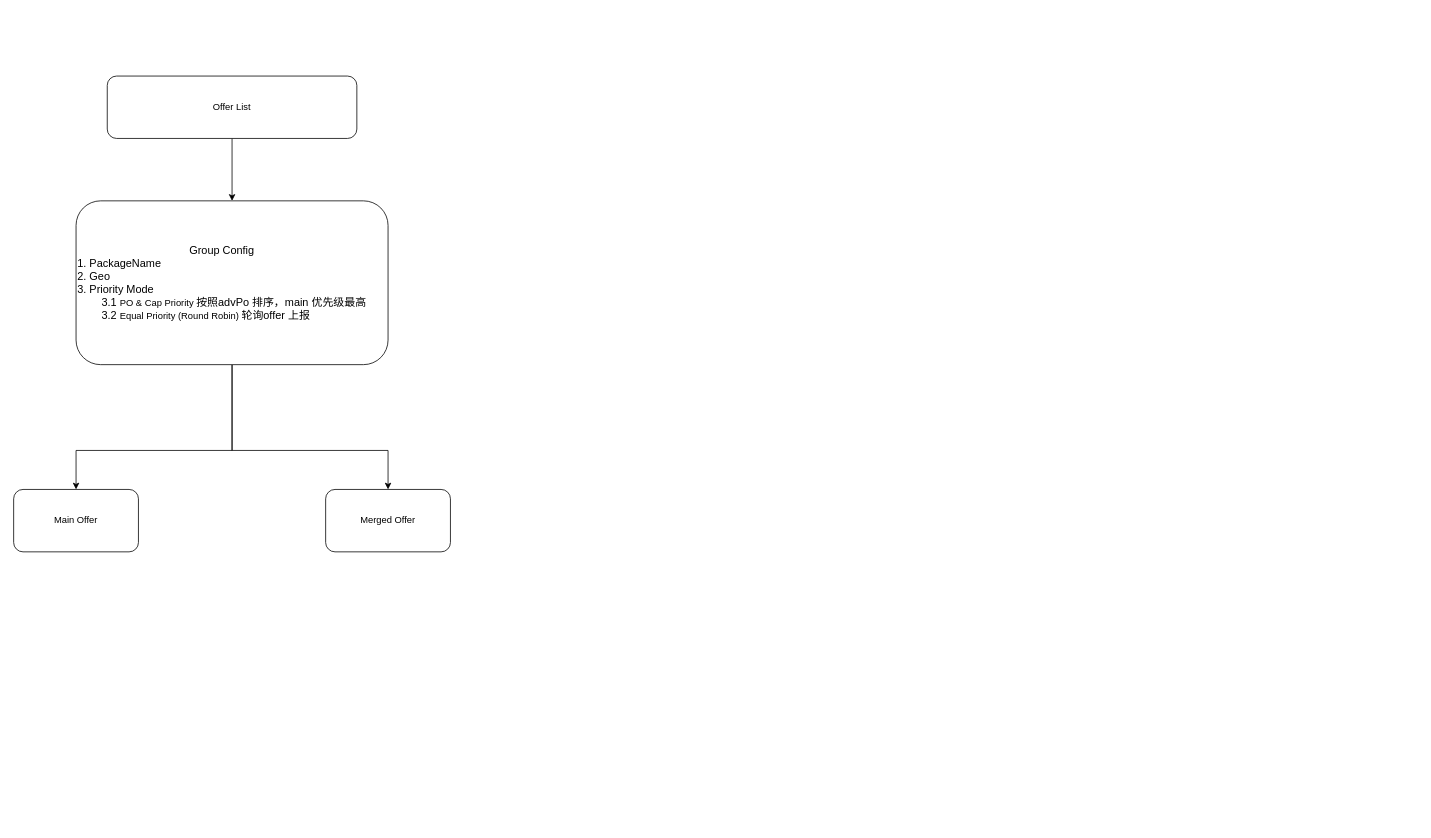
gongsr-cn/draw keeps this draw.io diagram as offer_merge.drawio. Above is the earlier version. Source tidied: cells renumbered, new cells numbered last; positions are measured from the earlier drawing's top-left corner, leaving out a move shared by most shapes. Both pictures are drawn from the tidied source at 78%, with x=0, y=0 at pixel (13, 76).
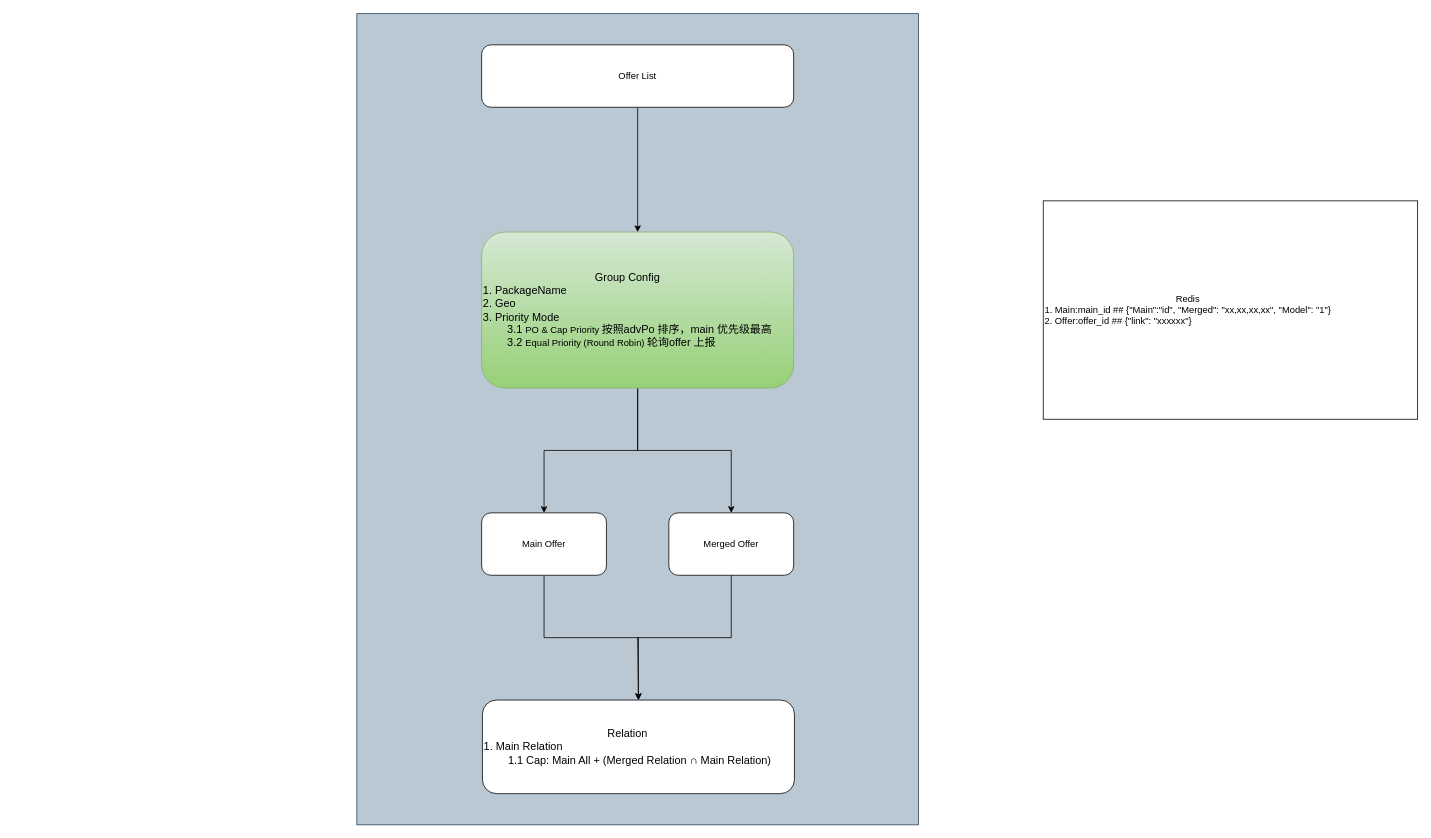
After the change.

Change to the diagram source:
```diff
@@
 <mxGraphModel>
   <root>
     <mxCell id="0" />
     <mxCell id="1" parent="0" />
+    <mxCell id="9" value="&lt;span style=&quot;color: rgba(0, 0, 0, 0); font-family: monospace; font-size: 0px; text-align: start; text-wrap-mode: nowrap;&quot;&gt;213&lt;/span&gt;" style="rounded=0;whiteSpace=wrap;html=1;fillColor=#bac8d3;strokeColor=#23445d;" parent="1" vertex="1">
+      <mxGeometry x="440" y="-80" width="720" height="1040" as="geometry" />
+    </mxCell>
     <mxCell id="2" style="edgeStyle=orthogonalEdgeStyle;rounded=0;jettySize=auto;html=1;entryX=0.5;entryY=0;entryDx=0;entryDy=0;" parent="1" edge="1" source="4" target="7">
       <mxGeometry relative="1" as="geometry">
         <Array as="points">
-          <mxPoint x="280" y="480" />
-          <mxPoint x="80" y="480" />
+          <mxPoint x="800" y="480" />
+          <mxPoint x="680" y="480" />
         </Array>
       </mxGeometry>
     </mxCell>
     <mxCell id="3" style="edgeStyle=orthogonalEdgeStyle;rounded=0;jettySize=auto;html=1;entryX=0.5;entryY=0;entryDx=0;entryDy=0;" parent="1" edge="1" source="4" target="8">
       <mxGeometry relative="1" as="geometry">
         <Array as="points">
-          <mxPoint x="280" y="480" />
-          <mxPoint x="480" y="480" />
+          <mxPoint x="800" y="480" />
+          <mxPoint x="920" y="480" />
         </Array>
       </mxGeometry>
     </mxCell>
-    <mxCell id="4" value="&lt;div style=&quot;text-align: center;&quot;&gt;&lt;span style=&quot;background-color: transparent; color: light-dark(rgb(0, 0, 0), rgb(255, 255, 255));&quot;&gt;&lt;font style=&quot;font-size: 14px;&quot;&gt;Group Config&lt;/font&gt;&lt;/span&gt;&lt;/div&gt;&lt;div&gt;&lt;span style=&quot;background-color: transparent; color: light-dark(rgb(0, 0, 0), rgb(255, 255, 255));&quot;&gt;&lt;font style=&quot;font-size: 14px;&quot;&gt;1. PackageName&lt;/font&gt;&lt;/span&gt;&lt;/div&gt;&lt;div&gt;&lt;span style=&quot;background-color: transparent; color: light-dark(rgb(0, 0, 0), rgb(255, 255, 255));&quot;&gt;&lt;font style=&quot;font-size: 14px;&quot;&gt;2. Geo&lt;/font&gt;&lt;/span&gt;&lt;/div&gt;&lt;div&gt;&lt;span style=&quot;background-color: transparent; color: light-dark(rgb(0, 0, 0), rgb(255, 255, 255));&quot;&gt;&lt;font style=&quot;font-size: 14px;&quot;&gt;3. Priority Mode&lt;/font&gt;&lt;/span&gt;&lt;/div&gt;&lt;div&gt;&lt;span style=&quot;background-color: transparent; color: light-dark(rgb(0, 0, 0), rgb(255, 255, 255));&quot;&gt;&lt;font style=&quot;font-size: 14px;&quot;&gt;&lt;span style=&quot;white-space: pre;&quot;&gt;&#9;&lt;/span&gt;3.1&amp;nbsp;&lt;/font&gt;&lt;/span&gt;&lt;span style=&quot;background-color: transparent; color: light-dark(rgb(0, 0, 0), rgb(255, 255, 255));&quot;&gt;PO &amp;amp; Cap Priority&amp;nbsp;&lt;/span&gt;&lt;span style=&quot;font-size: 14px; background-color: transparent; color: light-dark(rgb(0, 0, 0), rgb(255, 255, 255));&quot;&gt;按照advPo 排序，main 优先级最高&lt;/span&gt;&lt;/div&gt;&lt;div&gt;&lt;span style=&quot;background-color: transparent; color: light-dark(rgb(0, 0, 0), rgb(255, 255, 255));&quot;&gt;&lt;font style=&quot;font-size: 14px;&quot;&gt;&lt;span style=&quot;white-space: pre;&quot;&gt;&#9;&lt;/span&gt;3.2&amp;nbsp;&lt;/font&gt;&lt;/span&gt;&lt;span style=&quot;background-color: transparent; color: light-dark(rgb(0, 0, 0), rgb(255, 255, 255));&quot;&gt;Equal Priority (Round Robin)&amp;nbsp;&lt;/span&gt;&lt;span style=&quot;font-size: 14px; background-color: transparent; color: light-dark(rgb(0, 0, 0), rgb(255, 255, 255));&quot;&gt;轮询offer 上报&lt;/span&gt;&lt;/div&gt;" style="rounded=1;whiteSpace=wrap;html=1;align=left;" parent="1" vertex="1">
-      <mxGeometry x="80" y="160" width="400" height="210" as="geometry" />
+    <mxCell id="4" value="&lt;div style=&quot;text-align: center;&quot;&gt;&lt;span style=&quot;background-color: transparent; color: light-dark(rgb(0, 0, 0), rgb(255, 255, 255));&quot;&gt;&lt;font style=&quot;font-size: 14px;&quot;&gt;Group Config&lt;/font&gt;&lt;/span&gt;&lt;/div&gt;&lt;div&gt;&lt;span style=&quot;background-color: transparent; color: light-dark(rgb(0, 0, 0), rgb(255, 255, 255));&quot;&gt;&lt;font style=&quot;font-size: 14px;&quot;&gt;1. PackageName&lt;/font&gt;&lt;/span&gt;&lt;/div&gt;&lt;div&gt;&lt;span style=&quot;background-color: transparent; color: light-dark(rgb(0, 0, 0), rgb(255, 255, 255));&quot;&gt;&lt;font style=&quot;font-size: 14px;&quot;&gt;2. Geo&lt;/font&gt;&lt;/span&gt;&lt;/div&gt;&lt;div&gt;&lt;span style=&quot;background-color: transparent; color: light-dark(rgb(0, 0, 0), rgb(255, 255, 255));&quot;&gt;&lt;font style=&quot;font-size: 14px;&quot;&gt;3. Priority Mode&lt;/font&gt;&lt;/span&gt;&lt;/div&gt;&lt;div&gt;&lt;span style=&quot;background-color: transparent; color: light-dark(rgb(0, 0, 0), rgb(255, 255, 255));&quot;&gt;&lt;font style=&quot;font-size: 14px;&quot;&gt;&lt;span style=&quot;white-space: pre;&quot;&gt;&#9;&lt;/span&gt;3.1&amp;nbsp;&lt;/font&gt;&lt;/span&gt;&lt;span style=&quot;background-color: transparent; color: light-dark(rgb(0, 0, 0), rgb(255, 255, 255));&quot;&gt;PO &amp;amp; Cap Priority&amp;nbsp;&lt;/span&gt;&lt;span style=&quot;font-size: 14px; background-color: transparent; color: light-dark(rgb(0, 0, 0), rgb(255, 255, 255));&quot;&gt;按照advPo 排序，main 优先级最高&lt;/span&gt;&lt;/div&gt;&lt;div&gt;&lt;span style=&quot;background-color: transparent; color: light-dark(rgb(0, 0, 0), rgb(255, 255, 255));&quot;&gt;&lt;font style=&quot;font-size: 14px;&quot;&gt;&lt;span style=&quot;white-space: pre;&quot;&gt;&#9;&lt;/span&gt;3.2&amp;nbsp;&lt;/font&gt;&lt;/span&gt;&lt;span style=&quot;background-color: transparent; color: light-dark(rgb(0, 0, 0), rgb(255, 255, 255));&quot;&gt;Equal Priority (Round Robin)&amp;nbsp;&lt;/span&gt;&lt;span style=&quot;font-size: 14px; background-color: transparent; color: light-dark(rgb(0, 0, 0), rgb(255, 255, 255));&quot;&gt;轮询offer 上报&lt;/span&gt;&lt;/div&gt;" style="rounded=1;whiteSpace=wrap;html=1;align=left;fillColor=#d5e8d4;gradientColor=#97d077;strokeColor=#82b366;" parent="1" vertex="1">
+      <mxGeometry x="600" y="200" width="400" height="200" as="geometry" />
     </mxCell>
     <mxCell id="5" style="edgeStyle=orthogonalEdgeStyle;rounded=0;jettySize=auto;html=1;entryX=0.5;entryY=0;entryDx=0;entryDy=0;" parent="1" edge="1" source="6" target="4">
       <mxGeometry relative="1" as="geometry" />
     </mxCell>
     <mxCell id="6" value="Offer List" style="rounded=1;whiteSpace=wrap;html=1;" parent="1" vertex="1">
-      <mxGeometry x="120" width="320" height="80" as="geometry" />
+      <mxGeometry x="600" y="-40" width="400" height="80" as="geometry" />
     </mxCell>
+    <mxCell id="10" style="edgeStyle=orthogonalEdgeStyle;rounded=0;jettySize=auto;html=1;entryX=0.5;entryY=0;entryDx=0;entryDy=0;" parent="1" edge="1" source="7" target="11">
+      <mxGeometry relative="1" as="geometry" />
+    </mxCell>
     <mxCell id="7" value="Main Offer" style="rounded=1;whiteSpace=wrap;html=1;" parent="1" vertex="1">
-      <mxGeometry y="530" width="160" height="80" as="geometry" />
+      <mxGeometry x="600" y="560" width="160" height="80" as="geometry" />
     </mxCell>
     <mxCell id="8" value="&lt;div&gt;&lt;div class=&quot;old-record-id-YWvLdRiZXoQGDnxSmewc7vAjnSe&quot;&gt;Merged Offer&lt;/div&gt;&lt;/div&gt;" style="rounded=1;whiteSpace=wrap;html=1;" parent="1" vertex="1">
-      <mxGeometry x="400" y="530" width="160" height="80" as="geometry" />
+      <mxGeometry x="840" y="560" width="160" height="80" as="geometry" />
     </mxCell>
+    <mxCell id="11" value="&lt;div style=&quot;text-align: center;&quot;&gt;&lt;span style=&quot;background-color: transparent; color: light-dark(rgb(0, 0, 0), rgb(255, 255, 255));&quot;&gt;&lt;font style=&quot;font-size: 14px;&quot;&gt;Relation&lt;/font&gt;&lt;/span&gt;&lt;/div&gt;&lt;div&gt;&lt;span style=&quot;background-color: transparent; color: light-dark(rgb(0, 0, 0), rgb(255, 255, 255));&quot;&gt;&lt;font style=&quot;font-size: 14px;&quot;&gt;1. Main Relation&lt;/font&gt;&lt;/span&gt;&lt;/div&gt;&lt;div&gt;&lt;span style=&quot;background-color: transparent; color: light-dark(rgb(0, 0, 0), rgb(255, 255, 255));&quot;&gt;&lt;font style=&quot;font-size: 14px;&quot;&gt;&lt;span style=&quot;white-space: pre;&quot;&gt;&#9;&lt;/span&gt;1.1 Cap: Main All + (Merged&amp;nbsp;&lt;/font&gt;&lt;/span&gt;&lt;span style=&quot;font-size: 14px; background-color: transparent; color: light-dark(rgb(0, 0, 0), rgb(255, 255, 255));&quot;&gt;Relation ∩ Main Relation)&lt;/span&gt;&lt;/div&gt;" style="rounded=1;whiteSpace=wrap;html=1;align=left;" parent="1" vertex="1">
+      <mxGeometry x="601" y="800" width="400" height="120" as="geometry" />
+    </mxCell>
+    <mxCell id="12" style="edgeStyle=orthogonalEdgeStyle;rounded=0;jettySize=auto;html=1;entryX=0.5;entryY=0;entryDx=0;entryDy=0;" parent="1" edge="1" source="8" target="11">
+      <mxGeometry relative="1" as="geometry">
+        <Array as="points">
+          <mxPoint x="920" y="720" />
+          <mxPoint x="800" y="720" />
+        </Array>
+      </mxGeometry>
+    </mxCell>
+    <mxCell id="13" value="&lt;div style=&quot;text-align: center;&quot;&gt;&lt;span style=&quot;background-color: transparent; color: light-dark(rgb(0, 0, 0), rgb(255, 255, 255));&quot;&gt;Redis&lt;/span&gt;&lt;/div&gt;&lt;div&gt;1. Main:main_id ## {&quot;Main&quot;:&quot;id&quot;, &quot;Merged&quot;: &quot;xx,xx,xx,xx&quot;, &quot;Model&quot;: &quot;1&quot;}&lt;/div&gt;&lt;div&gt;2. Offer:offer_id ## {&quot;link&quot;: &quot;xxxxxx&quot;}&lt;/div&gt;" style="rounded=0;whiteSpace=wrap;html=1;align=left;" parent="1" vertex="1">
+      <mxGeometry x="1320" y="160" width="480" height="280" as="geometry" />
+    </mxCell>
   </root>
 </mxGraphModel>
```
